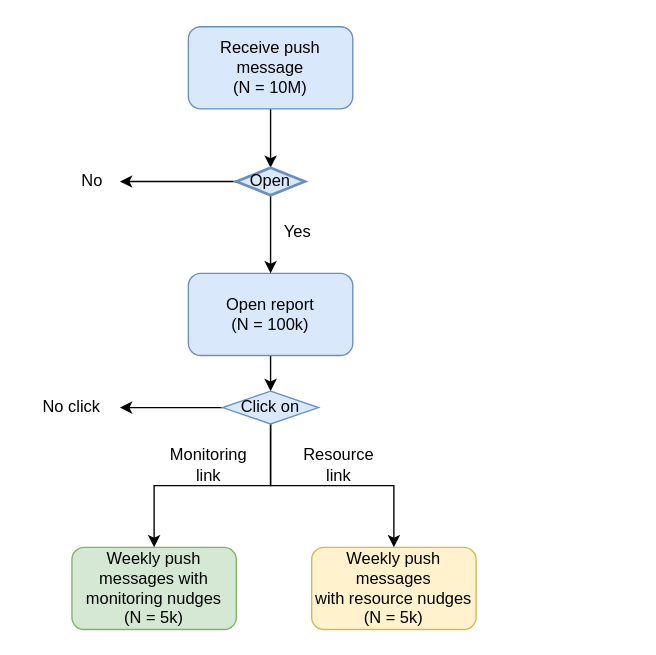
Earlier version of the draw.io diagram parent_nudge_stages.drawio (henrishi/drawio). Source tidied: cells renumbered, new cells numbered last; positions are measured from the earlier drawing's top-left corner, leaving out a move shared by most shapes. Both pictures are drawn from the tidied source at 137%, with x=0, y=0 at pixel (23, 26).
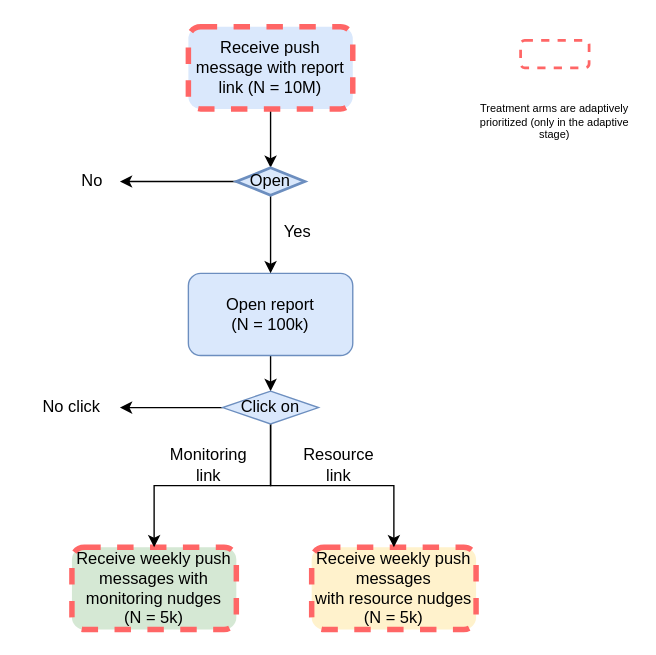
The same diagram, later.

The edit, as a diff of the source:
```diff
@@
-    <mxCell id="3" value="Receive push message&lt;br&gt;(N = 10M)" style="rounded=1;whiteSpace=wrap;html=1;fillColor=#dae8fc;strokeColor=#6c8ebf;" parent="1" vertex="1">
+    <mxCell id="3" value="Receive push message with report link (N = 10M)" style="rounded=1;whiteSpace=wrap;html=1;fillColor=#dae8fc;dashed=1;strokeColor=#FF6666;strokeWidth=4;" parent="1" vertex="1">
       <mxGeometry x="120" width="120" height="60" as="geometry" />
     </mxCell>
@@
-    <mxCell id="6" value="Weekly push messages with monitoring nudges &lt;br&gt;(N = 5k)" style="rounded=1;whiteSpace=wrap;html=1;fillColor=#d5e8d4;strokeColor=#82b366;" parent="1" vertex="1">
+    <mxCell id="6" value="Receive weekly push messages with monitoring nudges &lt;br&gt;(N = 5k)" style="rounded=1;whiteSpace=wrap;html=1;fillColor=#d5e8d4;strokeColor=#FF6666;dashed=1;strokeWidth=4;" parent="1" vertex="1">
       <mxGeometry x="35" y="380" width="120" height="60" as="geometry" />
     </mxCell>
@@
-    <mxCell id="12" value="Weekly push messages&lt;br&gt;with resource nudges&lt;br&gt;(N = 5k)" style="rounded=1;whiteSpace=wrap;html=1;fillColor=#fff2cc;strokeColor=#d6b656;" parent="1" vertex="1">
+    <mxCell id="12" value="Receive weekly push messages&lt;br&gt;with resource nudges&lt;br&gt;(N = 5k)" style="rounded=1;whiteSpace=wrap;html=1;fillColor=#fff2cc;strokeColor=#FF6666;dashed=1;strokeWidth=4;" parent="1" vertex="1">
       <mxGeometry x="210" y="380" width="120" height="60" as="geometry" />
     </mxCell>
@@
+    <mxCell id="20" style="rounded=1;whiteSpace=wrap;html=1;dashed=1;strokeColor=#FF6666;strokeWidth=2;" parent="1" vertex="1">
+      <mxGeometry x="362.5" y="10" width="50" height="20" as="geometry" />
+    </mxCell>
+    <mxCell id="21" value="&lt;font style=&quot;font-size: 8px&quot;&gt;Treatment arms are adaptively prioritized (only in the adaptive stage)&lt;/font&gt;" style="text;html=1;strokeColor=none;fillColor=none;align=center;verticalAlign=middle;whiteSpace=wrap;rounded=0;dashed=1;fontSize=6;" parent="1" vertex="1">
+      <mxGeometry x="330" y="60" width="115" height="20" as="geometry" />
+    </mxCell>
```
